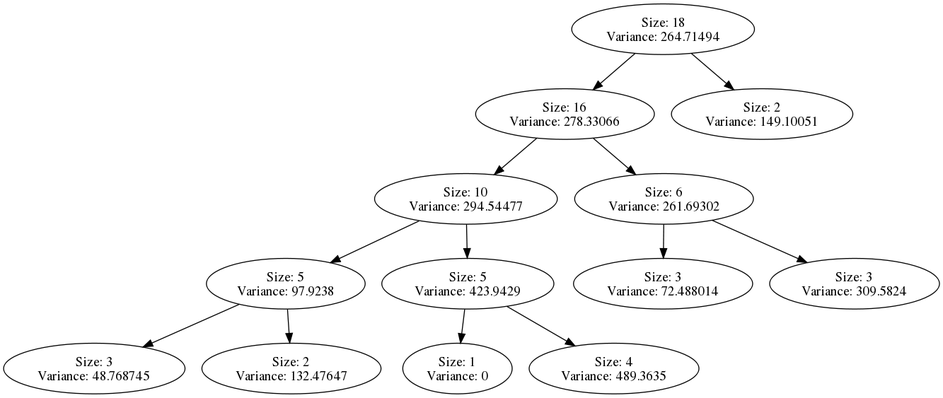
Above: src/dot/TELECOM.dot.png in abutcher/compass (Graphviz), before the change. Its source is kept beside it as src/dot/TELECOM.dot. The source it was exported from:
```dot
DIGRAPH G {
"Size: 18\nVariance: 264.71494" -> "Size: 16\nVariance: 278.33066" L=0;
"Size: 18\nVariance: 264.71494" -> "Size: 2\nVariance: 149.10051" L=0;
"Size: 16\nVariance: 278.33066" -> "Size: 10\nVariance: 294.54477" L=1;
"Size: 16\nVariance: 278.33066" -> "Size: 6\nVariance: 261.69302" L=1;
"Size: 10\nVariance: 294.54477" -> "Size: 5\nVariance: 97.9238" L=2;
"Size: 10\nVariance: 294.54477" -> "Size: 5\nVariance: 423.9429" L=2;
"Size: 5\nVariance: 97.9238" -> "Size: 3\nVariance: 48.768745" L=3;
"Size: 5\nVariance: 97.9238" -> "Size: 2\nVariance: 132.47647" L=3;
"Size: 5\nVariance: 423.9429" -> "Size: 1\nVariance: 0" L=3;
"Size: 5\nVariance: 423.9429" -> "Size: 4\nVariance: 489.3635" L=3;
"Size: 6\nVariance: 261.69302" -> "Size: 3\nVariance: 72.488014" L=2;
"Size: 6\nVariance: 261.69302" -> "Size: 3\nVariance: 309.5824" L=2;
}
```
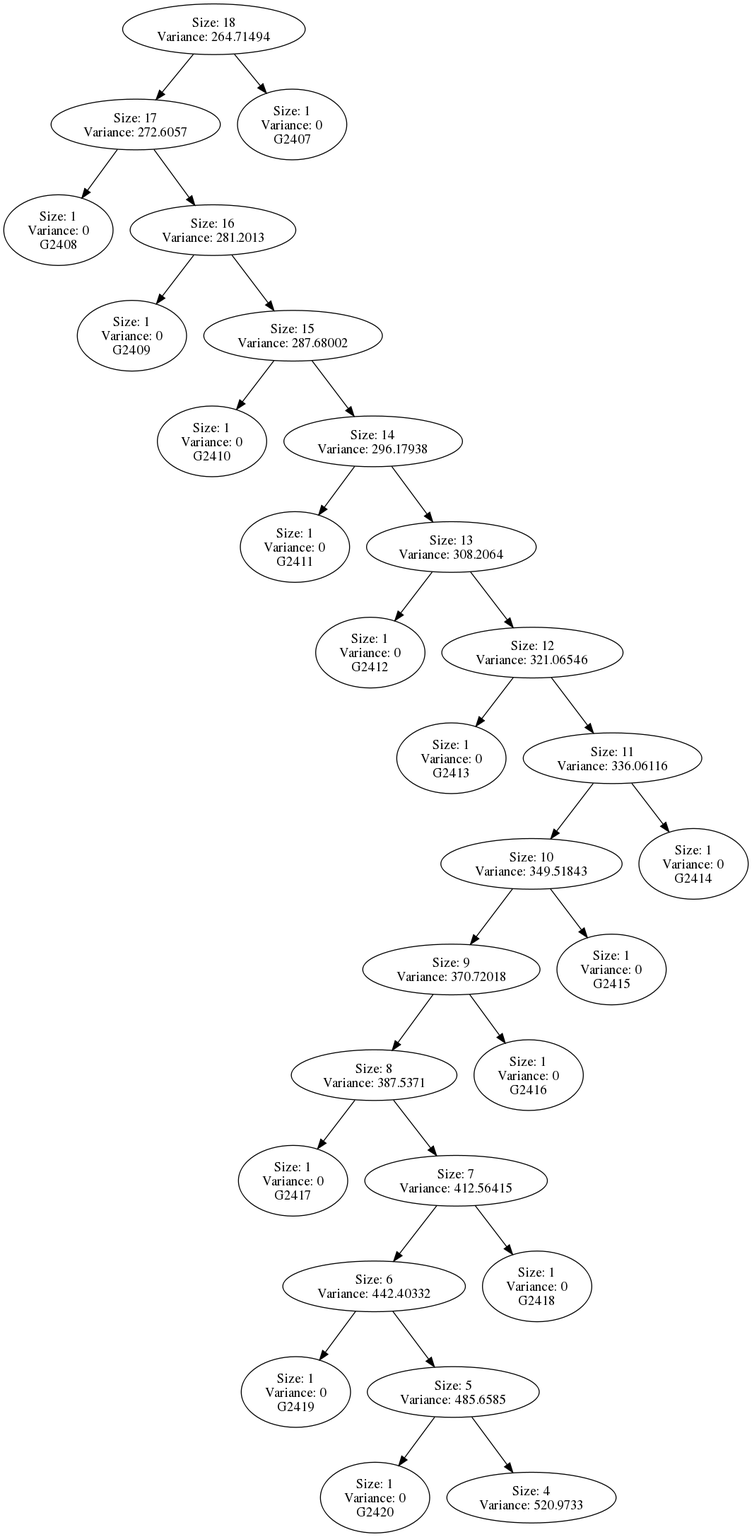
Above is the later version.

The edit, as a diff of the source:
```diff
@@ -1,14 +1,30 @@
 DIGRAPH G {
-"Size: 18\nVariance: 264.71494" -> "Size: 16\nVariance: 278.33066" L=0;
-"Size: 18\nVariance: 264.71494" -> "Size: 2\nVariance: 149.10051" L=0;
-"Size: 16\nVariance: 278.33066" -> "Size: 10\nVariance: 294.54477" L=1;
-"Size: 16\nVariance: 278.33066" -> "Size: 6\nVariance: 261.69302" L=1;
-"Size: 10\nVariance: 294.54477" -> "Size: 5\nVariance: 97.9238" L=2;
-"Size: 10\nVariance: 294.54477" -> "Size: 5\nVariance: 423.9429" L=2;
-"Size: 5\nVariance: 97.9238" -> "Size: 3\nVariance: 48.768745" L=3;
-"Size: 5\nVariance: 97.9238" -> "Size: 2\nVariance: 132.47647" L=3;
-"Size: 5\nVariance: 423.9429" -> "Size: 1\nVariance: 0" L=3;
-"Size: 5\nVariance: 423.9429" -> "Size: 4\nVariance: 489.3635" L=3;
-"Size: 6\nVariance: 261.69302" -> "Size: 3\nVariance: 72.488014" L=2;
-"Size: 6\nVariance: 261.69302" -> "Size: 3\nVariance: 309.5824" L=2;
+"Size: 18\nVariance: 264.71494" -> "Size: 17\nVariance: 272.6057" L=0;
+"Size: 18\nVariance: 264.71494" -> "Size: 1\nVariance: 0\nG2407" L=0;
+"Size: 17\nVariance: 272.6057" -> "Size: 1\nVariance: 0\nG2408" L=1;
+"Size: 17\nVariance: 272.6057" -> "Size: 16\nVariance: 281.2013" L=1;
+"Size: 16\nVariance: 281.2013" -> "Size: 1\nVariance: 0\nG2409" L=2;
+"Size: 16\nVariance: 281.2013" -> "Size: 15\nVariance: 287.68002" L=2;
+"Size: 15\nVariance: 287.68002" -> "Size: 1\nVariance: 0\nG2410" L=3;
+"Size: 15\nVariance: 287.68002" -> "Size: 14\nVariance: 296.17938" L=3;
+"Size: 14\nVariance: 296.17938" -> "Size: 1\nVariance: 0\nG2411" L=4;
+"Size: 14\nVariance: 296.17938" -> "Size: 13\nVariance: 308.2064" L=4;
+"Size: 13\nVariance: 308.2064" -> "Size: 1\nVariance: 0\nG2412" L=5;
+"Size: 13\nVariance: 308.2064" -> "Size: 12\nVariance: 321.06546" L=5;
+"Size: 12\nVariance: 321.06546" -> "Size: 1\nVariance: 0\nG2413" L=6;
+"Size: 12\nVariance: 321.06546" -> "Size: 11\nVariance: 336.06116" L=6;
+"Size: 11\nVariance: 336.06116" -> "Size: 10\nVariance: 349.51843" L=7;
+"Size: 11\nVariance: 336.06116" -> "Size: 1\nVariance: 0\nG2414" L=7;
+"Size: 10\nVariance: 349.51843" -> "Size: 9\nVariance: 370.72018" L=8;
+"Size: 10\nVariance: 349.51843" -> "Size: 1\nVariance: 0\nG2415" L=8;
+"Size: 9\nVariance: 370.72018" -> "Size: 8\nVariance: 387.5371" L=9;
+"Size: 9\nVariance: 370.72018" -> "Size: 1\nVariance: 0\nG2416" L=9;
+"Size: 8\nVariance: 387.5371" -> "Size: 1\nVariance: 0\nG2417" L=10;
+"Size: 8\nVariance: 387.5371" -> "Size: 7\nVariance: 412.56415" L=10;
+"Size: 7\nVariance: 412.56415" -> "Size: 6\nVariance: 442.40332" L=11;
+"Size: 7\nVariance: 412.56415" -> "Size: 1\nVariance: 0\nG2418" L=11;
+"Size: 6\nVariance: 442.40332" -> "Size: 1\nVariance: 0\nG2419" L=12;
+"Size: 6\nVariance: 442.40332" -> "Size: 5\nVariance: 485.6585" L=12;
+"Size: 5\nVariance: 485.6585" -> "Size: 1\nVariance: 0\nG2420" L=13;
+"Size: 5\nVariance: 485.6585" -> "Size: 4\nVariance: 520.9733" L=13;
 }
```
